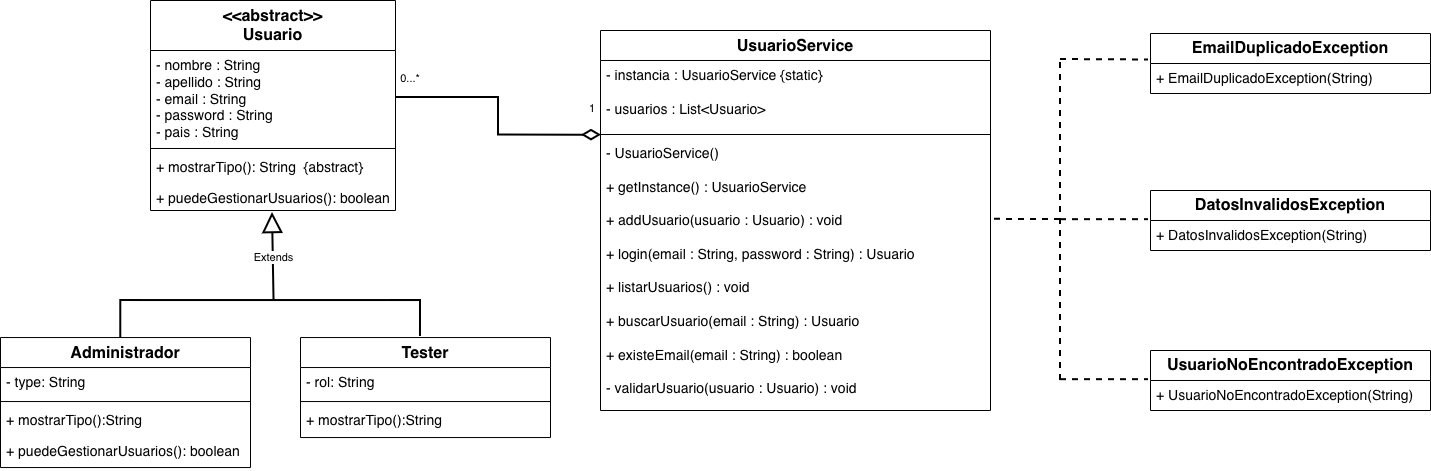
Above: docs/images/UML.drawio.png in Diegodlba/tarea_cestore (draw.io), before the change. Source tidied: cells renumbered, new cells last; positions are measured from the earlier drawing's top-left corner, leaving out a move shared by most shapes.
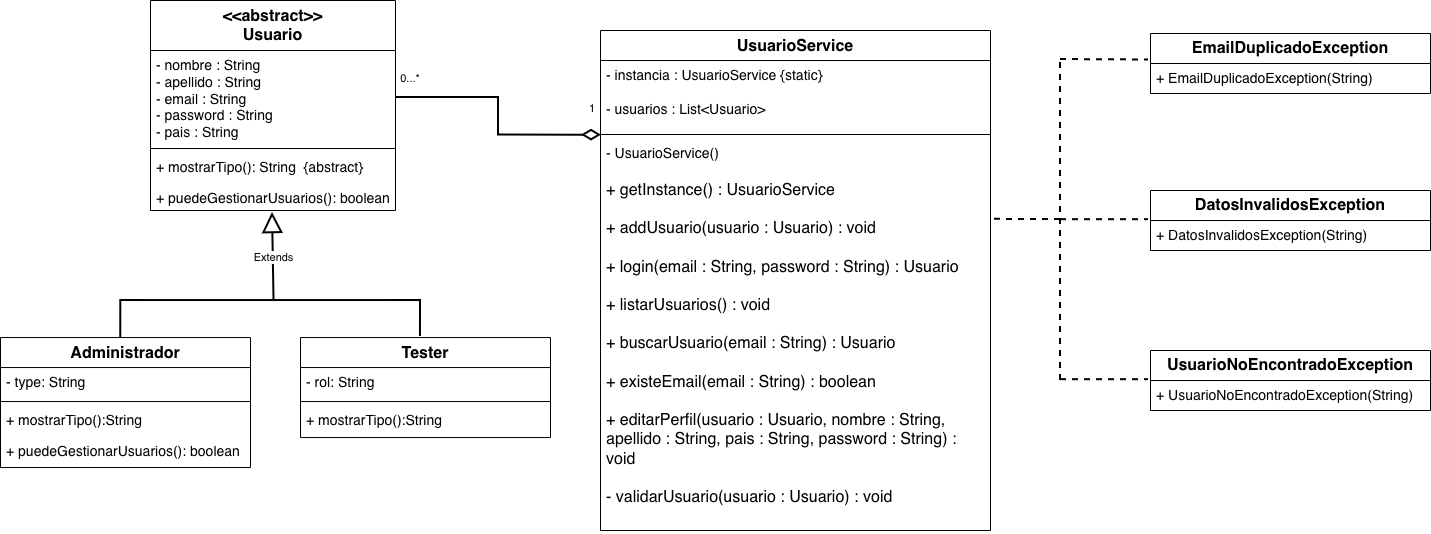
Later version of the same file.

Commit message:
Ahora sí, en la versión anterior faltó subir UML con la modificación

Diff of the diagram source:
```diff
@@ -3,7 +3,7 @@
     <mxCell id="0" />
     <mxCell id="1" parent="0" />
     <mxCell id="2" value="&lt;font style=&quot;font-size: 16px;&quot;&gt;UsuarioService&lt;/font&gt;" style="swimlane;fontStyle=1;align=center;verticalAlign=top;horizontal=1;startSize=30;whiteSpace=wrap;html=1;" parent="1" vertex="1">
-      <mxGeometry x="600" y="30" width="390" height="380" as="geometry" />
+      <mxGeometry x="600" y="30" width="390" height="500" as="geometry" />
     </mxCell>
     <mxCell id="3" value="&lt;div&gt;&lt;font style=&quot;font-size: 14px;&quot;&gt;- instancia : UsuarioService {static}&amp;nbsp;&lt;/font&gt;&lt;/div&gt;&lt;font style=&quot;font-size: 14px;&quot;&gt;&lt;div&gt;&lt;font style=&quot;font-size: 14px;&quot;&gt;&lt;br&gt;&lt;/font&gt;&lt;/div&gt;- usuarios : List&amp;lt;Usuario&amp;gt;&amp;nbsp;&lt;/font&gt;" style="text;strokeColor=none;fillColor=none;align=left;verticalAlign=top;spacingLeft=4;spacingRight=4;overflow=hidden;whiteSpace=wrap;html=1;" parent="2" vertex="1">
       <mxGeometry y="30" width="390" height="70" as="geometry" />
@@ -11,8 +11,8 @@
     <mxCell id="4" style="line;strokeWidth=1;fillColor=none;align=left;verticalAlign=middle;spacingTop=-1;spacingLeft=3;spacingRight=3;labelPosition=right;strokeColor=inherit;" parent="2" vertex="1">
       <mxGeometry y="100" width="390" height="8" as="geometry" />
     </mxCell>
-    <mxCell id="5" value="&lt;font style=&quot;font-size: 14px;&quot;&gt;- UsuarioService()&lt;/font&gt;&lt;div&gt;&lt;font style=&quot;font-size: 14px;&quot;&gt;&lt;br&gt;&lt;/font&gt;&lt;/div&gt;&lt;div&gt;&lt;font style=&quot;font-size: 14px;&quot;&gt;+ getInstance() : UsuarioService&lt;br&gt;&lt;br&gt;&lt;/font&gt;&lt;div&gt;&lt;font style=&quot;font-size: 14px;&quot;&gt;+ addUsuario(usuario : Usuario) : void&amp;nbsp;&lt;br&gt;&lt;br&gt;+ login(email : String, password : String&lt;/font&gt;&lt;span style=&quot;font-size: 14px; background-color: transparent; color: light-dark(rgb(0, 0, 0), rgb(255, 255, 255));&quot;&gt;) : Usuario&lt;/span&gt;&lt;/div&gt;&lt;div&gt;&lt;font style=&quot;font-size: 14px;&quot;&gt;&lt;br&gt;&lt;/font&gt;&lt;/div&gt;&lt;div&gt;&lt;font style=&quot;font-size: 14px;&quot;&gt;+ listarUsuarios() : void&lt;/font&gt;&lt;/div&gt;&lt;div&gt;&lt;font style=&quot;font-size: 14px;&quot;&gt;&lt;br&gt;+ buscarUsuario(email : String) : Usuario&lt;/font&gt;&lt;/div&gt;&lt;/div&gt;&lt;div&gt;&lt;font style=&quot;font-size: 14px;&quot;&gt;&lt;br&gt;&lt;/font&gt;&lt;/div&gt;&lt;div&gt;&lt;font style=&quot;font-size: 14px;&quot;&gt;+ existeEmail(email : String) : boolean&lt;/font&gt;&lt;/div&gt;&lt;div&gt;&lt;font style=&quot;font-size: 14px;&quot;&gt;&lt;br&gt;&lt;/font&gt;&lt;/div&gt;&lt;div&gt;&lt;font style=&quot;font-size: 14px;&quot;&gt;- validarUsuario(usuario : Usuario) : void&lt;/font&gt;&lt;/div&gt;" style="text;strokeColor=none;fillColor=none;align=left;verticalAlign=top;spacingLeft=4;spacingRight=4;overflow=hidden;whiteSpace=wrap;html=1;" parent="2" vertex="1">
-      <mxGeometry y="108" width="390" height="272" as="geometry" />
+    <mxCell id="5" value="&lt;font style=&quot;font-size: 14px;&quot;&gt;- UsuarioService()&lt;/font&gt;&lt;div&gt;&lt;font style=&quot;&quot; size=&quot;3&quot;&gt;&lt;br&gt;&lt;/font&gt;&lt;/div&gt;&lt;div&gt;&lt;font style=&quot;&quot; size=&quot;3&quot;&gt;+ getInstance() : UsuarioService&lt;br&gt;&lt;br&gt;&lt;/font&gt;&lt;div&gt;&lt;font size=&quot;3&quot;&gt;&lt;font style=&quot;&quot;&gt;+ addUsuario(usuario : Usuario) : void&amp;nbsp;&lt;br&gt;&lt;br&gt;+ login(email : String, password : String&lt;/font&gt;&lt;span style=&quot;background-color: transparent; color: light-dark(rgb(0, 0, 0), rgb(255, 255, 255));&quot;&gt;) : Usuario&lt;/span&gt;&lt;/font&gt;&lt;/div&gt;&lt;div&gt;&lt;font style=&quot;&quot; size=&quot;3&quot;&gt;&lt;br&gt;&lt;/font&gt;&lt;/div&gt;&lt;div&gt;&lt;font style=&quot;&quot; size=&quot;3&quot;&gt;+ listarUsuarios() : void&lt;/font&gt;&lt;/div&gt;&lt;div&gt;&lt;font style=&quot;&quot; size=&quot;3&quot;&gt;&lt;br&gt;+ buscarUsuario(email : String) : Usuario&lt;/font&gt;&lt;/div&gt;&lt;/div&gt;&lt;div&gt;&lt;font style=&quot;&quot; size=&quot;3&quot;&gt;&lt;br&gt;&lt;/font&gt;&lt;/div&gt;&lt;div&gt;&lt;font style=&quot;&quot; size=&quot;3&quot;&gt;+ existeEmail(email : String) : boolean&lt;/font&gt;&lt;/div&gt;&lt;div&gt;&lt;font style=&quot;&quot; size=&quot;3&quot;&gt;&lt;br&gt;&lt;/font&gt;&lt;/div&gt;&lt;div&gt;&lt;font size=&quot;3&quot;&gt;+ editarPerfil(usuario : Usuario, nombre : String, apellido : String, pais : String, password : String) : void&amp;nbsp;&lt;/font&gt;&lt;/div&gt;&lt;div&gt;&lt;font size=&quot;3&quot;&gt;&lt;br&gt;&lt;/font&gt;&lt;/div&gt;&lt;div&gt;&lt;font style=&quot;&quot; size=&quot;3&quot;&gt;- validarUsuario(usuario : Usuario) : void&lt;/font&gt;&lt;/div&gt;" style="text;strokeColor=none;fillColor=none;align=left;verticalAlign=top;spacingLeft=4;spacingRight=4;overflow=hidden;whiteSpace=wrap;html=1;" parent="2" vertex="1">
+      <mxGeometry y="108" width="390" height="392" as="geometry" />
     </mxCell>
     <mxCell id="6" value="Extends" style="endArrow=block;endSize=16;endFill=0;html=1;rounded=0;entryX=0.5;entryY=1.106;entryDx=0;entryDy=0;entryPerimeter=0;exitX=0.511;exitY=1.088;exitDx=0;exitDy=0;exitPerimeter=0;strokeWidth=2;" parent="1" edge="1">
       <mxGeometry relative="1" as="geometry">
```
